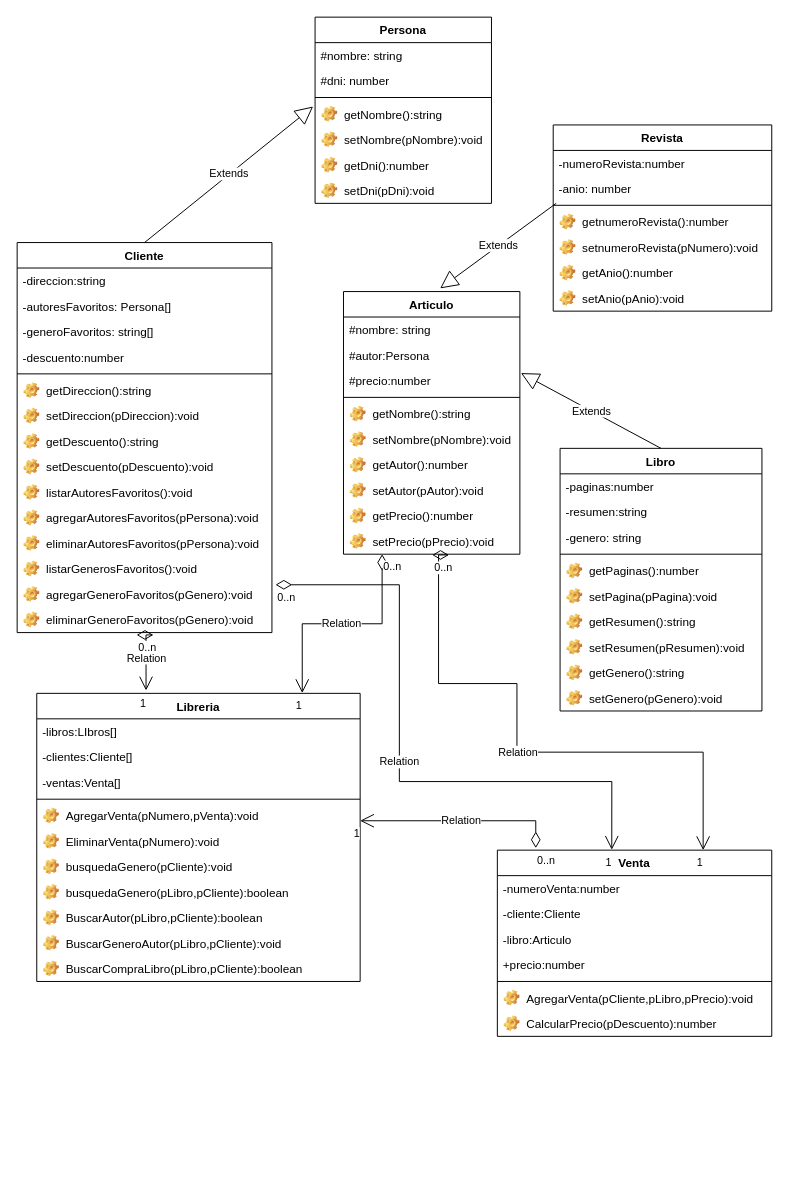
Above: SistemaLibreria.drawio in gceballos23/SistemaLibreria (draw.io), before the change. Source tidied: cells renumbered, new cells numbered last; positions are measured from the earlier drawing's top-left corner, leaving out a move shared by most shapes. Both pictures are drawn from the tidied source at 98%, with x=0, y=0 at pixel (17, 17).
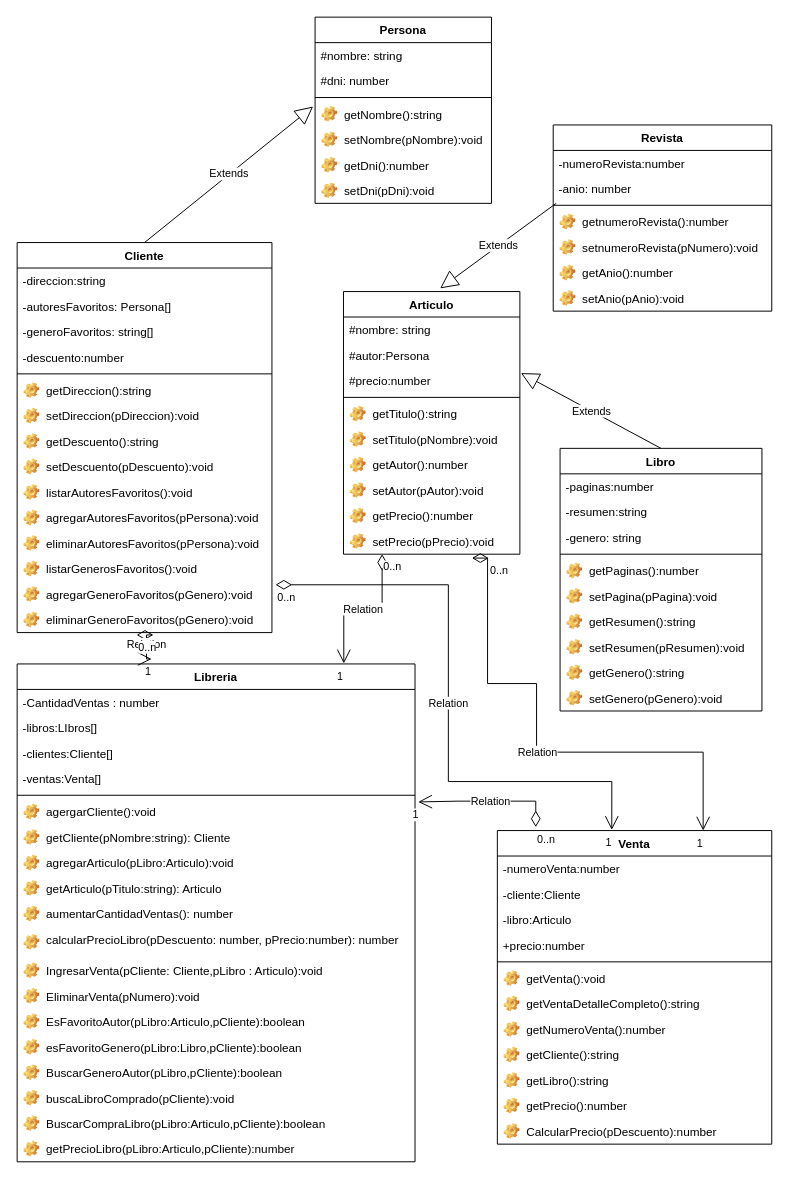
The same diagram, later.

Commit message (it also covers changes not shown here):
Cambio en el UML y clase libreria

Unchanged cells that the change refers to:
```xml
<mxCell id="24" value="agregarGeneroFavoritos(pGenero):void" style="label;fontStyle=0;strokeColor=none;fillColor=none;align=left;verticalAlign=top;overflow=hidden;spacingLeft=28;spacingRight=4;points=[[0,0.5],[1,0.5]];portConstraint=eastwest;imageWidth=16;imageHeight=16;image=img/clipart/Gear_128x128.png;" parent="10" vertex="1">
  <mxGeometry y="346" width="260" height="26" as="geometry" />
</mxCell>
<mxCell id="26" value="Articulo" style="swimlane;fontStyle=1;align=center;verticalAlign=top;horizontal=1;startSize=26;" parent="1" vertex="1">
  <mxGeometry x="333" y="280" width="180" height="268" as="geometry" />
</mxCell>
<mxCell id="36" value="setPrecio(pPrecio):void" style="label;fontStyle=0;strokeColor=none;fillColor=none;align=left;verticalAlign=top;overflow=hidden;spacingLeft=28;spacingRight=4;points=[[0,0.5],[1,0.5]];portConstraint=eastwest;imageWidth=16;imageHeight=16;image=img/clipart/Gear_128x128.png;" parent="26" vertex="1">
  <mxGeometry y="242" width="180" height="26" as="geometry" />
</mxCell>
```

What changed in the source:
```diff
@@
-    <mxCell id="31" value="getNombre():string" style="label;fontStyle=0;strokeColor=none;fillColor=none;align=left;verticalAlign=top;overflow=hidden;spacingLeft=28;spacingRight=4;imageWidth=16;imageHeight=16;image=img/clipart/Gear_128x128.png;" parent="26" vertex="1">
+    <mxCell id="31" value="getTitulo():string" style="label;fontStyle=0;strokeColor=none;fillColor=none;align=left;verticalAlign=top;overflow=hidden;spacingLeft=28;spacingRight=4;imageWidth=16;imageHeight=16;image=img/clipart/Gear_128x128.png;" parent="26" vertex="1">
       <mxGeometry y="112" width="180" height="26" as="geometry" />
     </mxCell>
-    <mxCell id="32" value="setNombre(pNombre):void" style="label;fontStyle=0;strokeColor=none;fillColor=none;align=left;verticalAlign=top;overflow=hidden;spacingLeft=28;spacingRight=4;imageWidth=16;imageHeight=16;image=img/clipart/Gear_128x128.png;" parent="26" vertex="1">
+    <mxCell id="32" value="setTitulo(pNombre):void" style="label;fontStyle=0;strokeColor=none;fillColor=none;align=left;verticalAlign=top;overflow=hidden;spacingLeft=28;spacingRight=4;imageWidth=16;imageHeight=16;image=img/clipart/Gear_128x128.png;" parent="26" vertex="1">
       <mxGeometry y="138" width="180" height="26" as="geometry" />
     </mxCell>
@@
     <mxCell id="56" value="Venta" style="swimlane;fontStyle=1;align=center;verticalAlign=top;horizontal=1;startSize=26;" parent="1" vertex="1">
-      <mxGeometry x="490" y="850" width="280" height="190" as="geometry" />
+      <mxGeometry x="490" y="830" width="280" height="320" as="geometry" />
     </mxCell>
@@
-    <mxCell id="62" value="AgregarVenta(pCliente,pLibro,pPrecio):void" style="label;fontStyle=0;strokeColor=none;fillColor=none;align=left;verticalAlign=top;overflow=hidden;spacingLeft=28;spacingRight=4;imageWidth=16;imageHeight=16;image=img/clipart/Gear_128x128.png;" parent="56" vertex="1">
-      <mxGeometry y="138" width="280" height="26" as="geometry" />
-    </mxCell>
+    <mxCell id="94" value="getVenta():void" style="label;fontStyle=0;strokeColor=none;fillColor=none;align=left;verticalAlign=top;overflow=hidden;spacingLeft=28;spacingRight=4;imageWidth=16;imageHeight=16;image=img/clipart/Gear_128x128.png;" parent="56" vertex="1">
+      <mxGeometry y="138" width="280" height="26" as="geometry" />
+    </mxCell>
+    <mxCell id="95" value="getVentaDetalleCompleto():string" style="label;fontStyle=0;strokeColor=none;fillColor=none;align=left;verticalAlign=top;overflow=hidden;spacingLeft=28;spacingRight=4;imageWidth=16;imageHeight=16;image=img/clipart/Gear_128x128.png;" parent="56" vertex="1">
+      <mxGeometry y="164" width="280" height="26" as="geometry" />
+    </mxCell>
+    <mxCell id="96" value="getNumeroVenta():number" style="label;fontStyle=0;strokeColor=none;fillColor=none;align=left;verticalAlign=top;overflow=hidden;spacingLeft=28;spacingRight=4;imageWidth=16;imageHeight=16;image=img/clipart/Gear_128x128.png;" parent="56" vertex="1">
+      <mxGeometry y="190" width="280" height="26" as="geometry" />
+    </mxCell>
+    <mxCell id="97" value="getCliente():string" style="label;fontStyle=0;strokeColor=none;fillColor=none;align=left;verticalAlign=top;overflow=hidden;spacingLeft=28;spacingRight=4;imageWidth=16;imageHeight=16;image=img/clipart/Gear_128x128.png;" parent="56" vertex="1">
+      <mxGeometry y="216" width="280" height="26" as="geometry" />
+    </mxCell>
+    <mxCell id="98" value="getLibro():string" style="label;fontStyle=0;strokeColor=none;fillColor=none;align=left;verticalAlign=top;overflow=hidden;spacingLeft=28;spacingRight=4;imageWidth=16;imageHeight=16;image=img/clipart/Gear_128x128.png;" parent="56" vertex="1">
+      <mxGeometry y="242" width="280" height="26" as="geometry" />
+    </mxCell>
+    <mxCell id="99" value="getPrecio():number" style="label;fontStyle=0;strokeColor=none;fillColor=none;align=left;verticalAlign=top;overflow=hidden;spacingLeft=28;spacingRight=4;imageWidth=16;imageHeight=16;image=img/clipart/Gear_128x128.png;" parent="56" vertex="1">
+      <mxGeometry y="268" width="280" height="26" as="geometry" />
+    </mxCell>
     <mxCell id="63" value="CalcularPrecio(pDescuento):number" style="label;fontStyle=0;strokeColor=none;fillColor=none;align=left;verticalAlign=top;overflow=hidden;spacingLeft=28;spacingRight=4;imageWidth=16;imageHeight=16;image=img/clipart/Gear_128x128.png;" parent="56" vertex="1">
-      <mxGeometry y="164" width="280" height="26" as="geometry" />
+      <mxGeometry y="294" width="280" height="26" as="geometry" />
     </mxCell>
@@
     <mxCell id="66" value="Libreria&#10;" style="swimlane;fontStyle=1;align=center;verticalAlign=top;horizontal=1;startSize=26;" parent="1" vertex="1">
-      <mxGeometry x="20" y="690" width="330" height="294" as="geometry" />
+      <mxGeometry y="660" width="406" height="508" as="geometry" />
     </mxCell>
+    <mxCell id="100" value="-CantidadVentas : number" style="text;strokeColor=none;fillColor=none;align=left;verticalAlign=top;spacingLeft=4;spacingRight=4;overflow=hidden;" parent="66" vertex="1">
+      <mxGeometry y="26" width="406" height="26" as="geometry" />
+    </mxCell>
     <mxCell id="67" value="-libros:LIbros[]" style="text;strokeColor=none;fillColor=none;align=left;verticalAlign=top;spacingLeft=4;spacingRight=4;overflow=hidden;" parent="66" vertex="1">
-      <mxGeometry y="26" width="330" height="26" as="geometry" />
+      <mxGeometry y="52" width="406" height="26" as="geometry" />
     </mxCell>
     <mxCell id="68" value="-clientes:Cliente[]" style="text;strokeColor=none;fillColor=none;align=left;verticalAlign=top;spacingLeft=4;spacingRight=4;overflow=hidden;" parent="66" vertex="1">
-      <mxGeometry y="52" width="330" height="26" as="geometry" />
+      <mxGeometry y="78" width="406" height="26" as="geometry" />
     </mxCell>
     <mxCell id="69" value="-ventas:Venta[]" style="text;strokeColor=none;fillColor=none;align=left;verticalAlign=top;spacingLeft=4;spacingRight=4;overflow=hidden;" parent="66" vertex="1">
-      <mxGeometry y="78" width="330" height="26" as="geometry" />
+      <mxGeometry y="104" width="406" height="26" as="geometry" />
     </mxCell>
     <mxCell id="70" style="line;strokeWidth=1;fillColor=none;align=left;verticalAlign=middle;spacingTop=-1;spacingLeft=3;spacingRight=3;labelPosition=right;strokeColor=inherit;" parent="66" vertex="1">
-      <mxGeometry y="104" width="330" height="8" as="geometry" />
+      <mxGeometry y="130" width="406" height="8" as="geometry" />
     </mxCell>
-    <mxCell id="71" value="AgregarVenta(pNumero,pVenta):void" style="label;fontStyle=0;strokeColor=none;fillColor=none;align=left;verticalAlign=top;overflow=hidden;spacingLeft=28;spacingRight=4;points=[[0,0.5],[1,0.5]];portConstraint=eastwest;imageWidth=16;imageHeight=16;image=img/clipart/Gear_128x128.png;" parent="66" vertex="1">
-      <mxGeometry y="112" width="330" height="26" as="geometry" />
+    <mxCell id="71" value="agergarCliente():void" style="label;fontStyle=0;strokeColor=none;fillColor=none;align=left;verticalAlign=top;overflow=hidden;spacingLeft=28;spacingRight=4;points=[[0,0.5],[1,0.5]];portConstraint=eastwest;imageWidth=16;imageHeight=16;image=img/clipart/Gear_128x128.png;" parent="66" vertex="1">
+      <mxGeometry y="138" width="406" height="26" as="geometry" />
     </mxCell>
+    <mxCell id="101" value="getCliente(pNombre:string): Cliente" style="label;fontStyle=0;strokeColor=none;fillColor=none;align=left;verticalAlign=top;overflow=hidden;spacingLeft=28;spacingRight=4;imageWidth=16;imageHeight=16;image=img/clipart/Gear_128x128.png;" parent="66" vertex="1">
+      <mxGeometry y="164" width="406" height="26" as="geometry" />
+    </mxCell>
+    <mxCell id="102" value="agregarArticulo(pLibro:Articulo):void" style="label;fontStyle=0;strokeColor=none;fillColor=none;align=left;verticalAlign=top;overflow=hidden;spacingLeft=28;spacingRight=4;imageWidth=16;imageHeight=16;image=img/clipart/Gear_128x128.png;" parent="66" vertex="1">
+      <mxGeometry y="190" width="406" height="26" as="geometry" />
+    </mxCell>
+    <mxCell id="103" value="getArticulo(pTitulo:string): Articulo" style="label;fontStyle=0;strokeColor=none;fillColor=none;align=left;verticalAlign=top;overflow=hidden;spacingLeft=28;spacingRight=4;imageWidth=16;imageHeight=16;image=img/clipart/Gear_128x128.png;" parent="66" vertex="1">
+      <mxGeometry y="216" width="406" height="26" as="geometry" />
+    </mxCell>
+    <mxCell id="104" value="aumentarCantidadVentas(): number" style="label;fontStyle=0;strokeColor=none;fillColor=none;align=left;verticalAlign=top;overflow=hidden;spacingLeft=28;spacingRight=4;imageWidth=16;imageHeight=16;image=img/clipart/Gear_128x128.png;" parent="66" vertex="1">
+      <mxGeometry y="242" width="406" height="26" as="geometry" />
+    </mxCell>
+    <mxCell id="105" value="calcularPrecioLibro(pDescuento: number, pPrecio:number): number" style="label;fontStyle=0;strokeColor=none;fillColor=none;align=left;verticalAlign=top;overflow=hidden;spacingLeft=28;spacingRight=4;imageWidth=16;imageHeight=16;image=img/clipart/Gear_128x128.png;" parent="66" vertex="1">
+      <mxGeometry y="268" width="406" height="32" as="geometry" />
+    </mxCell>
+    <mxCell id="106" value="IngresarVenta(pCliente: Cliente,pLibro : Articulo):void" style="label;fontStyle=0;strokeColor=none;fillColor=none;align=left;verticalAlign=top;overflow=hidden;spacingLeft=28;spacingRight=4;imageWidth=16;imageHeight=16;image=img/clipart/Gear_128x128.png;" parent="66" vertex="1">
+      <mxGeometry y="300" width="406" height="26" as="geometry" />
+    </mxCell>
     <mxCell id="72" value="EliminarVenta(pNumero):void" style="label;fontStyle=0;strokeColor=none;fillColor=none;align=left;verticalAlign=top;overflow=hidden;spacingLeft=28;spacingRight=4;imageWidth=16;imageHeight=16;image=img/clipart/Gear_128x128.png;" parent="66" vertex="1">
-      <mxGeometry y="138" width="330" height="26" as="geometry" />
+      <mxGeometry y="326" width="406" height="26" as="geometry" />
     </mxCell>
+    <mxCell id="75" value="EsFavoritoAutor(pLibro:Articulo,pCliente):boolean" style="label;fontStyle=0;strokeColor=none;fillColor=none;align=left;verticalAlign=top;overflow=hidden;spacingLeft=28;spacingRight=4;imageWidth=16;imageHeight=16;image=img/clipart/Gear_128x128.png;" parent="66" vertex="1">
+      <mxGeometry y="352" width="406" height="26" as="geometry" />
+    </mxCell>
+    <mxCell id="74" value="esFavoritoGenero(pLibro:Libro,pCliente):boolean" style="label;fontStyle=0;strokeColor=none;fillColor=none;align=left;verticalAlign=top;overflow=hidden;spacingLeft=28;spacingRight=4;imageWidth=16;imageHeight=16;image=img/clipart/Gear_128x128.png;" parent="66" vertex="1">
+      <mxGeometry y="378" width="406" height="26" as="geometry" />
+    </mxCell>
+    <mxCell id="76" value="BuscarGeneroAutor(pLibro,pCliente):boolean" style="label;fontStyle=0;strokeColor=none;fillColor=none;align=left;verticalAlign=top;overflow=hidden;spacingLeft=28;spacingRight=4;imageWidth=16;imageHeight=16;image=img/clipart/Gear_128x128.png;" parent="66" vertex="1">
+      <mxGeometry y="404" width="406" height="26" as="geometry" />
+    </mxCell>
-    <mxCell id="73" value="busquedaGenero(pCliente):void" style="label;fontStyle=0;strokeColor=none;fillColor=none;align=left;verticalAlign=top;overflow=hidden;spacingLeft=28;spacingRight=4;imageWidth=16;imageHeight=16;image=img/clipart/Gear_128x128.png;" parent="66" vertex="1">
-      <mxGeometry y="164" width="330" height="26" as="geometry" />
+    <mxCell id="73" value="buscaLibroComprado(pCliente):void" style="label;fontStyle=0;strokeColor=none;fillColor=none;align=left;verticalAlign=top;overflow=hidden;spacingLeft=28;spacingRight=4;imageWidth=16;imageHeight=16;image=img/clipart/Gear_128x128.png;" parent="66" vertex="1">
+      <mxGeometry y="430" width="406" height="26" as="geometry" />
     </mxCell>
-    <mxCell id="74" value="busquedaGenero(pLibro,pCliente):boolean" style="label;fontStyle=0;strokeColor=none;fillColor=none;align=left;verticalAlign=top;overflow=hidden;spacingLeft=28;spacingRight=4;imageWidth=16;imageHeight=16;image=img/clipart/Gear_128x128.png;" parent="66" vertex="1">
-      <mxGeometry y="190" width="330" height="26" as="geometry" />
-    </mxCell>
-    <mxCell id="75" value="BuscarAutor(pLibro,pCliente):boolean" style="label;fontStyle=0;strokeColor=none;fillColor=none;align=left;verticalAlign=top;overflow=hidden;spacingLeft=28;spacingRight=4;imageWidth=16;imageHeight=16;image=img/clipart/Gear_128x128.png;" parent="66" vertex="1">
-      <mxGeometry y="216" width="330" height="26" as="geometry" />
-    </mxCell>
-    <mxCell id="76" value="BuscarGeneroAutor(pLibro,pCliente):void" style="label;fontStyle=0;strokeColor=none;fillColor=none;align=left;verticalAlign=top;overflow=hidden;spacingLeft=28;spacingRight=4;imageWidth=16;imageHeight=16;image=img/clipart/Gear_128x128.png;" parent="66" vertex="1">
-      <mxGeometry y="242" width="330" height="26" as="geometry" />
-    </mxCell>
-    <mxCell id="77" value="BuscarCompraLibro(pLibro,pCliente):boolean" style="label;fontStyle=0;strokeColor=none;fillColor=none;align=left;verticalAlign=top;overflow=hidden;spacingLeft=28;spacingRight=4;imageWidth=16;imageHeight=16;image=img/clipart/Gear_128x128.png;" parent="66" vertex="1">
-      <mxGeometry y="268" width="330" height="26" as="geometry" />
+    <mxCell id="77" value="BuscarCompraLibro(pLibro:Articulo,pCliente):boolean" style="label;fontStyle=0;strokeColor=none;fillColor=none;align=left;verticalAlign=top;overflow=hidden;spacingLeft=28;spacingRight=4;imageWidth=16;imageHeight=16;image=img/clipart/Gear_128x128.png;" parent="66" vertex="1">
+      <mxGeometry y="456" width="406" height="26" as="geometry" />
     </mxCell>
+    <mxCell id="107" value="getPrecioLibro(pLibro:Articulo,pCliente):number" style="label;fontStyle=0;strokeColor=none;fillColor=none;align=left;verticalAlign=top;overflow=hidden;spacingLeft=28;spacingRight=4;imageWidth=16;imageHeight=16;image=img/clipart/Gear_128x128.png;" parent="66" vertex="1">
+      <mxGeometry y="482" width="406" height="26" as="geometry" />
+    </mxCell>
@@
     <mxCell id="79" value="Relation" style="endArrow=open;html=1;endSize=12;startArrow=diamondThin;startSize=14;startFill=0;edgeStyle=orthogonalEdgeStyle;rounded=0;entryX=0.417;entryY=-0.002;entryDx=0;entryDy=0;entryPerimeter=0;exitX=1.014;exitY=0.123;exitDx=0;exitDy=0;exitPerimeter=0;" parent="1" edge="1" source="24" target="56">
       <mxGeometry relative="1" as="geometry">
         <Array as="points">
-          <mxPoint x="390" y="579" />
-          <mxPoint x="390" y="780" />
+          <mxPoint x="440" y="579" />
+          <mxPoint x="440" y="780" />
           <mxPoint x="607" y="780" />
         </Array>
       </mxGeometry>
     </mxCell>
@@
-    <mxCell id="82" value="Relation" style="endArrow=open;html=1;endSize=12;startArrow=diamondThin;startSize=14;startFill=0;edgeStyle=orthogonalEdgeStyle;rounded=0;entryX=0.75;entryY=0;entryDx=0;entryDy=0;exitX=0.503;exitY=1.031;exitDx=0;exitDy=0;exitPerimeter=0;" parent="1" edge="1" source="36" target="56">
+    <mxCell id="82" value="Relation" style="endArrow=open;html=1;endSize=12;startArrow=diamondThin;startSize=14;startFill=0;edgeStyle=orthogonalEdgeStyle;rounded=0;entryX=0.75;entryY=0;entryDx=0;entryDy=0;exitX=0.823;exitY=1.154;exitDx=0;exitDy=0;exitPerimeter=0;" parent="1" edge="1" source="36" target="56">
       <mxGeometry relative="1" as="geometry">
         <Array as="points">
-          <mxPoint x="430" y="549" />
-          <mxPoint x="430" y="680" />
-          <mxPoint x="510" y="680" />
-          <mxPoint x="510" y="750" />
+          <mxPoint x="480" y="552" />
+          <mxPoint x="480" y="680" />
+          <mxPoint x="530" y="680" />
+          <mxPoint x="530" y="750" />
           <mxPoint x="700" y="750" />
         </Array>
       </mxGeometry>
     </mxCell>
@@
-    <mxCell id="91" value="Relation" style="endArrow=open;html=1;endSize=12;startArrow=diamondThin;startSize=14;startFill=0;edgeStyle=orthogonalEdgeStyle;rounded=0;exitX=0.14;exitY=-0.011;exitDx=0;exitDy=0;exitPerimeter=0;" parent="1" edge="1" source="56">
+    <mxCell id="91" value="Relation" style="endArrow=open;html=1;endSize=12;startArrow=diamondThin;startSize=14;startFill=0;edgeStyle=orthogonalEdgeStyle;rounded=0;exitX=0.14;exitY=-0.011;exitDx=0;exitDy=0;exitPerimeter=0;entryX=1.008;entryY=0.108;entryDx=0;entryDy=0;entryPerimeter=0;" parent="1" edge="1" source="56" target="71">
       <mxGeometry relative="1" as="geometry">
-        <mxPoint x="350" y="820" as="targetPoint" />
         <Array as="points">
-          <mxPoint x="529" y="820" />
-          <mxPoint x="350" y="820" />
+          <mxPoint x="529" y="800" />
+          <mxPoint x="450" y="800" />
         </Array>
       </mxGeometry>
     </mxCell>
```
